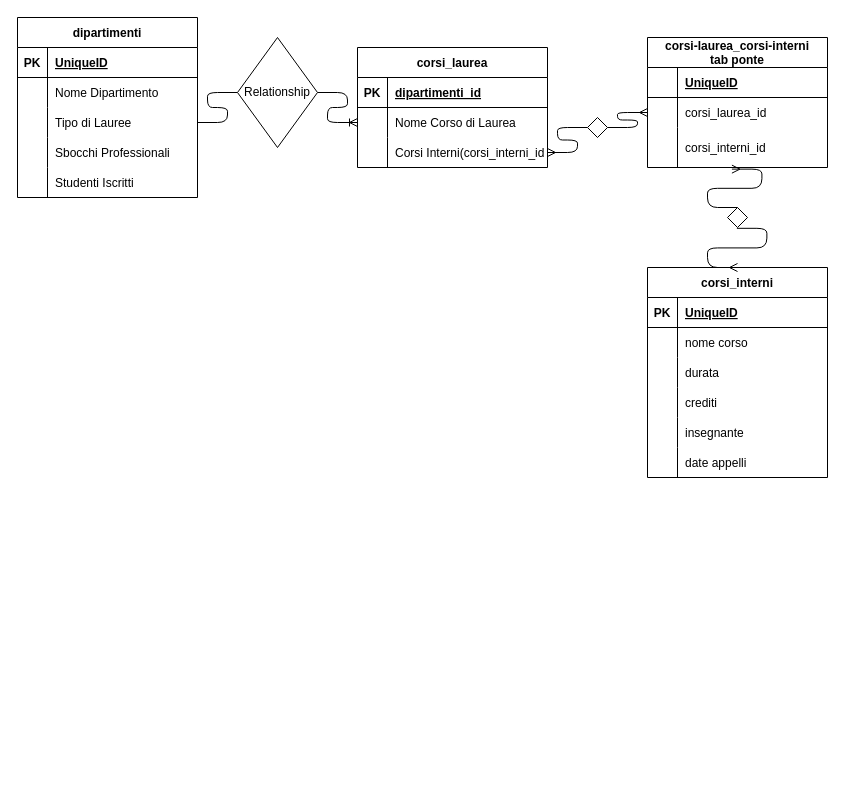
Before: universita.drawio in nmorrone/db-university, a draw.io diagram. Source tidied: cells renumbered, new cells numbered last; positions are measured from the earlier drawing's top-left corner, leaving out a move shared by most shapes. Both pictures are drawn from the tidied source at 100%, with x=0, y=0 at pixel (17, 17).
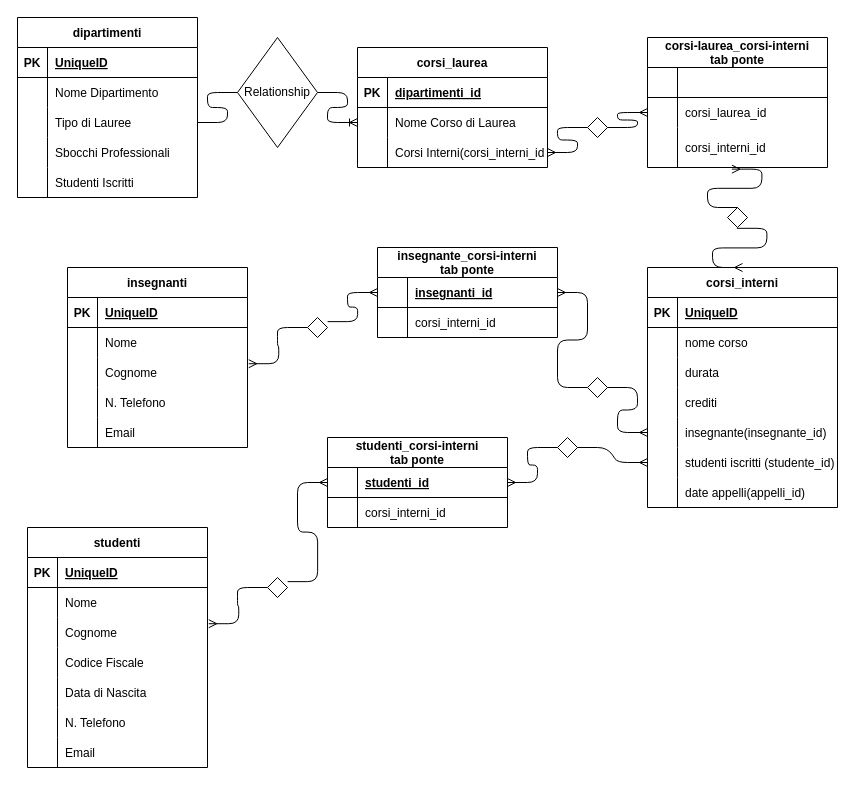
After the change.

The change refers to these unchanged cells:
```xml
<mxCell id="33" style="shape=tableRow;horizontal=0;startSize=0;swimlaneHead=0;swimlaneBody=0;fillColor=none;top=0;left=0;right=0;bottom=1;" parent="32" vertex="1">
  <mxGeometry y="30" width="180" height="30" as="geometry" />
</mxCell>
```

What changed in the source:
```diff
@@
-    <mxCell id="35" value="UniqueID" style="shape=partialRectangle;fillColor=none;top=0;left=0;bottom=0;right=0;align=left;spacingLeft=6;fontStyle=5;overflow=hidden;" parent="33" vertex="1">
+    <mxCell id="35" style="shape=partialRectangle;fillColor=none;top=0;left=0;bottom=0;right=0;align=left;spacingLeft=6;fontStyle=5;overflow=hidden;" parent="33" vertex="1">
       <mxGeometry x="30" width="150" height="30" as="geometry" />
     </mxCell>
@@
     <mxCell id="44" value="corsi_interni" style="shape=table;startSize=30;childLayout=tableLayout;rowLines=0;fontStyle=1;align=center;" parent="1" vertex="1">
-      <mxGeometry x="630" y="250" width="180" height="210" as="geometry" />
+      <mxGeometry x="630" y="250" width="190" height="240" as="geometry" />
     </mxCell>
     <mxCell id="45" style="shape=tableRow;horizontal=0;startSize=0;swimlaneHead=0;swimlaneBody=0;fillColor=none;top=0;left=0;right=0;bottom=1;" parent="44" vertex="1">
-      <mxGeometry y="30" width="180" height="30" as="geometry" />
+      <mxGeometry y="30" width="190" height="30" as="geometry" />
     </mxCell>
@@
     <mxCell id="47" value="UniqueID" style="shape=partialRectangle;fillColor=none;top=0;left=0;bottom=0;right=0;align=left;spacingLeft=6;fontStyle=5;overflow=hidden;" parent="45" vertex="1">
-      <mxGeometry x="30" width="150" height="30" as="geometry" />
+      <mxGeometry x="30" width="160" height="30" as="geometry" />
     </mxCell>
     <mxCell id="48" style="shape=tableRow;horizontal=0;startSize=0;swimlaneHead=0;swimlaneBody=0;fillColor=none;top=0;left=0;right=0;bottom=0;" parent="44" vertex="1">
-      <mxGeometry y="60" width="180" height="30" as="geometry" />
+      <mxGeometry y="60" width="190" height="30" as="geometry" />
     </mxCell>
@@
     <mxCell id="50" value="nome corso" style="shape=partialRectangle;fillColor=none;top=0;left=0;bottom=0;right=0;align=left;spacingLeft=6;overflow=hidden;" parent="48" vertex="1">
-      <mxGeometry x="30" width="150" height="30" as="geometry" />
+      <mxGeometry x="30" width="160" height="30" as="geometry" />
     </mxCell>
     <mxCell id="51" style="shape=tableRow;horizontal=0;startSize=0;swimlaneHead=0;swimlaneBody=0;fillColor=none;top=0;left=0;right=0;bottom=0;" parent="44" vertex="1">
-      <mxGeometry y="90" width="180" height="30" as="geometry" />
+      <mxGeometry y="90" width="190" height="30" as="geometry" />
     </mxCell>
@@
     <mxCell id="53" value="durata" style="shape=partialRectangle;fillColor=none;top=0;left=0;bottom=0;right=0;align=left;spacingLeft=6;overflow=hidden;" parent="51" vertex="1">
-      <mxGeometry x="30" width="150" height="30" as="geometry" />
+      <mxGeometry x="30" width="160" height="30" as="geometry" />
     </mxCell>
     <mxCell id="54" style="shape=tableRow;horizontal=0;startSize=0;swimlaneHead=0;swimlaneBody=0;fillColor=none;top=0;left=0;right=0;bottom=0;" parent="44" vertex="1">
-      <mxGeometry y="120" width="180" height="30" as="geometry" />
+      <mxGeometry y="120" width="190" height="30" as="geometry" />
     </mxCell>
@@
     <mxCell id="56" value="crediti " style="shape=partialRectangle;fillColor=none;top=0;left=0;bottom=0;right=0;align=left;spacingLeft=6;overflow=hidden;" parent="54" vertex="1">
-      <mxGeometry x="30" width="150" height="30" as="geometry" />
+      <mxGeometry x="30" width="160" height="30" as="geometry" />
     </mxCell>
     <mxCell id="57" style="shape=tableRow;horizontal=0;startSize=0;swimlaneHead=0;swimlaneBody=0;fillColor=none;points=[[0,0.5],[1,0.5]];portConstraint=eastwest;top=0;left=0;right=0;bottom=0;" parent="44" vertex="1">
-      <mxGeometry y="150" width="180" height="30" as="geometry" />
+      <mxGeometry y="150" width="190" height="30" as="geometry" />
     </mxCell>
@@
-    <mxCell id="59" value="insegnante" style="shape=partialRectangle;fillColor=none;top=0;left=0;bottom=0;right=0;align=left;spacingLeft=6;overflow=hidden;" parent="57" vertex="1">
-      <mxGeometry x="30" width="150" height="30" as="geometry" />
+    <mxCell id="59" value="insegnante(insegnante_id)" style="shape=partialRectangle;fillColor=none;top=0;left=0;bottom=0;right=0;align=left;spacingLeft=6;overflow=hidden;" parent="57" vertex="1">
+      <mxGeometry x="30" width="160" height="30" as="geometry" />
     </mxCell>
+    <mxCell id="66" style="shape=tableRow;horizontal=0;startSize=0;swimlaneHead=0;swimlaneBody=0;fillColor=none;points=[[0,0.5],[1,0.5]];portConstraint=eastwest;top=0;left=0;right=0;bottom=0;" parent="44" vertex="1">
+      <mxGeometry y="180" width="190" height="30" as="geometry" />
+    </mxCell>
+    <mxCell id="67" style="shape=partialRectangle;fillColor=none;top=0;left=0;bottom=0;right=0;overflow=hidden;" parent="66" vertex="1">
+      <mxGeometry width="30" height="30" as="geometry" />
+    </mxCell>
+    <mxCell id="68" value="studenti iscritti (studente_id)" style="shape=partialRectangle;fillColor=none;top=0;left=0;bottom=0;right=0;align=left;spacingLeft=6;overflow=hidden;" parent="66" vertex="1">
+      <mxGeometry x="30" width="160" height="30" as="geometry" />
+    </mxCell>
     <mxCell id="60" style="shape=tableRow;horizontal=0;startSize=0;swimlaneHead=0;swimlaneBody=0;fillColor=none;top=0;left=0;right=0;bottom=0;" parent="44" vertex="1">
-      <mxGeometry y="180" width="180" height="30" as="geometry" />
+      <mxGeometry y="210" width="190" height="30" as="geometry" />
     </mxCell>
@@
-    <mxCell id="62" value="date appelli" style="shape=partialRectangle;fillColor=none;top=0;left=0;bottom=0;right=0;align=left;spacingLeft=6;overflow=hidden;" parent="60" vertex="1">
-      <mxGeometry x="30" width="150" height="30" as="geometry" />
+    <mxCell id="62" value="date appelli(appelli_id)" style="shape=partialRectangle;fillColor=none;top=0;left=0;bottom=0;right=0;align=left;spacingLeft=6;overflow=hidden;" parent="60" vertex="1">
+      <mxGeometry x="30" width="160" height="30" as="geometry" />
     </mxCell>
@@
+    <mxCell id="69" value="insegnante_corsi-interni&#10;tab ponte" style="shape=table;startSize=30;childLayout=tableLayout;rowLines=0;fontStyle=1;align=center;" parent="1" vertex="1">
+      <mxGeometry x="360" y="230" width="180" height="90" as="geometry" />
+    </mxCell>
+    <mxCell id="70" style="shape=tableRow;horizontal=0;startSize=0;swimlaneHead=0;swimlaneBody=0;fillColor=none;points=[[0,0.5],[1,0.5]];portConstraint=eastwest;top=0;left=0;right=0;bottom=1;" parent="69" vertex="1">
+      <mxGeometry y="30" width="180" height="30" as="geometry" />
+    </mxCell>
+    <mxCell id="71" style="shape=partialRectangle;fillColor=none;top=0;left=0;bottom=0;right=0;fontStyle=1;overflow=hidden;" parent="70" vertex="1">
+      <mxGeometry width="30" height="30" as="geometry" />
+    </mxCell>
+    <mxCell id="72" value="insegnanti_id" style="shape=partialRectangle;fillColor=none;top=0;left=0;bottom=0;right=0;align=left;spacingLeft=6;fontStyle=5;overflow=hidden;" parent="70" vertex="1">
+      <mxGeometry x="30" width="150" height="30" as="geometry" />
+    </mxCell>
+    <mxCell id="73" style="shape=tableRow;horizontal=0;startSize=0;swimlaneHead=0;swimlaneBody=0;fillColor=none;top=0;left=0;right=0;bottom=0;" parent="69" vertex="1">
+      <mxGeometry y="60" width="180" height="30" as="geometry" />
+    </mxCell>
+    <mxCell id="74" style="shape=partialRectangle;fillColor=none;top=0;left=0;bottom=0;right=0;overflow=hidden;" parent="73" vertex="1">
+      <mxGeometry width="30" height="30" as="geometry" />
+    </mxCell>
+    <mxCell id="75" value="corsi_interni_id" style="shape=partialRectangle;fillColor=none;top=0;left=0;bottom=0;right=0;align=left;spacingLeft=6;overflow=hidden;" parent="73" vertex="1">
+      <mxGeometry x="30" width="150" height="30" as="geometry" />
+    </mxCell>
+    <mxCell id="76" style="edgeStyle=entityRelationEdgeStyle;fontSize=12;html=1;endArrow=ERmany;startArrow=none;exitX=1;exitY=0.5;exitDx=0;exitDy=0;" parent="1" edge="1" source="78" target="57">
+      <mxGeometry relative="1" as="geometry" />
+    </mxCell>
+    <mxCell id="77" style="edgeStyle=entityRelationEdgeStyle;fontSize=12;html=1;endArrow=none;startArrow=ERmany;exitX=1;exitY=0.5;exitDx=0;exitDy=0;" parent="1" edge="1" source="70" target="78">
+      <mxGeometry relative="1" as="geometry" />
+    </mxCell>
+    <mxCell id="78" style="shape=rhombus;perimeter=rhombusPerimeter;whiteSpace=wrap;html=1;align=center;" parent="1" vertex="1">
+      <mxGeometry x="570" y="360" width="20" height="20" as="geometry" />
+    </mxCell>
+    <mxCell id="79" value="insegnanti" style="shape=table;startSize=30;childLayout=tableLayout;rowLines=0;fontStyle=1;align=center;" parent="1" vertex="1">
+      <mxGeometry x="50" y="250" width="180" height="180" as="geometry" />
+    </mxCell>
+    <mxCell id="80" style="shape=tableRow;horizontal=0;startSize=0;swimlaneHead=0;swimlaneBody=0;fillColor=none;top=0;left=0;right=0;bottom=1;" parent="79" vertex="1">
+      <mxGeometry y="30" width="180" height="30" as="geometry" />
+    </mxCell>
+    <mxCell id="81" value="PK" style="shape=partialRectangle;fillColor=none;top=0;left=0;bottom=0;right=0;fontStyle=1;overflow=hidden;" parent="80" vertex="1">
+      <mxGeometry width="30" height="30" as="geometry" />
+    </mxCell>
+    <mxCell id="82" value="UniqueID" style="shape=partialRectangle;fillColor=none;top=0;left=0;bottom=0;right=0;align=left;spacingLeft=6;fontStyle=5;overflow=hidden;" parent="80" vertex="1">
+      <mxGeometry x="30" width="150" height="30" as="geometry" />
+    </mxCell>
+    <mxCell id="83" style="shape=tableRow;horizontal=0;startSize=0;swimlaneHead=0;swimlaneBody=0;fillColor=none;top=0;left=0;right=0;bottom=0;" parent="79" vertex="1">
+      <mxGeometry y="60" width="180" height="30" as="geometry" />
+    </mxCell>
+    <mxCell id="84" style="shape=partialRectangle;fillColor=none;top=0;left=0;bottom=0;right=0;overflow=hidden;" parent="83" vertex="1">
+      <mxGeometry width="30" height="30" as="geometry" />
+    </mxCell>
+    <mxCell id="85" value="Nome" style="shape=partialRectangle;fillColor=none;top=0;left=0;bottom=0;right=0;align=left;spacingLeft=6;overflow=hidden;" parent="83" vertex="1">
+      <mxGeometry x="30" width="150" height="30" as="geometry" />
+    </mxCell>
+    <mxCell id="86" style="shape=tableRow;horizontal=0;startSize=0;swimlaneHead=0;swimlaneBody=0;fillColor=none;points=[[0,0.5],[1,0.5]];portConstraint=eastwest;top=0;left=0;right=0;bottom=0;" parent="79" vertex="1">
+      <mxGeometry y="90" width="180" height="30" as="geometry" />
+    </mxCell>
+    <mxCell id="87" style="shape=partialRectangle;fillColor=none;top=0;left=0;bottom=0;right=0;overflow=hidden;" parent="86" vertex="1">
+      <mxGeometry width="30" height="30" as="geometry" />
+    </mxCell>
+    <mxCell id="88" value="Cognome" style="shape=partialRectangle;fillColor=none;top=0;left=0;bottom=0;right=0;align=left;spacingLeft=6;overflow=hidden;" parent="86" vertex="1">
+      <mxGeometry x="30" width="150" height="30" as="geometry" />
+    </mxCell>
+    <mxCell id="89" style="shape=tableRow;horizontal=0;startSize=0;swimlaneHead=0;swimlaneBody=0;fillColor=none;top=0;left=0;right=0;bottom=0;" parent="79" vertex="1">
+      <mxGeometry y="120" width="180" height="30" as="geometry" />
+    </mxCell>
+    <mxCell id="90" style="shape=partialRectangle;fillColor=none;top=0;left=0;bottom=0;right=0;overflow=hidden;" parent="89" vertex="1">
+      <mxGeometry width="30" height="30" as="geometry" />
+    </mxCell>
+    <mxCell id="91" value="N. Telefono" style="shape=partialRectangle;fillColor=none;top=0;left=0;bottom=0;right=0;align=left;spacingLeft=6;overflow=hidden;" parent="89" vertex="1">
+      <mxGeometry x="30" width="150" height="30" as="geometry" />
+    </mxCell>
+    <mxCell id="92" style="shape=tableRow;horizontal=0;startSize=0;swimlaneHead=0;swimlaneBody=0;fillColor=none;top=0;left=0;right=0;bottom=0;" parent="79" vertex="1">
+      <mxGeometry y="150" width="180" height="30" as="geometry" />
+    </mxCell>
+    <mxCell id="93" style="shape=partialRectangle;fillColor=none;top=0;left=0;bottom=0;right=0;overflow=hidden;" parent="92" vertex="1">
+      <mxGeometry width="30" height="30" as="geometry" />
+    </mxCell>
+    <mxCell id="94" value="Email" style="shape=partialRectangle;fillColor=none;top=0;left=0;bottom=0;right=0;align=left;spacingLeft=6;overflow=hidden;" parent="92" vertex="1">
+      <mxGeometry x="30" width="150" height="30" as="geometry" />
+    </mxCell>
+    <mxCell id="95" style="edgeStyle=entityRelationEdgeStyle;fontSize=12;html=1;endArrow=ERmany;startArrow=none;exitX=1.007;exitY=0.207;exitDx=0;exitDy=0;exitPerimeter=0;" parent="1" edge="1" source="97" target="70">
+      <mxGeometry relative="1" as="geometry" />
+    </mxCell>
+    <mxCell id="96" style="edgeStyle=entityRelationEdgeStyle;fontSize=12;html=1;endArrow=none;startArrow=ERmany;exitX=1.007;exitY=0.207;exitDx=0;exitDy=0;exitPerimeter=0;" parent="1" edge="1" source="86" target="97">
+      <mxGeometry relative="1" as="geometry" />
+    </mxCell>
+    <mxCell id="97" style="shape=rhombus;perimeter=rhombusPerimeter;whiteSpace=wrap;html=1;align=center;" parent="1" vertex="1">
+      <mxGeometry x="290" y="300" width="20" height="20" as="geometry" />
+    </mxCell>
+    <mxCell id="98" value="studenti_corsi-interni&#10;tab ponte" style="shape=table;startSize=30;childLayout=tableLayout;rowLines=0;fontStyle=1;align=center;" parent="1" vertex="1">
+      <mxGeometry x="310" y="420" width="180" height="90" as="geometry" />
+    </mxCell>
+    <mxCell id="99" style="shape=tableRow;horizontal=0;startSize=0;swimlaneHead=0;swimlaneBody=0;fillColor=none;points=[[0,0.5],[1,0.5]];portConstraint=eastwest;top=0;left=0;right=0;bottom=1;" parent="98" vertex="1">
+      <mxGeometry y="30" width="180" height="30" as="geometry" />
+    </mxCell>
+    <mxCell id="100" style="shape=partialRectangle;fillColor=none;top=0;left=0;bottom=0;right=0;fontStyle=1;overflow=hidden;" parent="99" vertex="1">
+      <mxGeometry width="30" height="30" as="geometry" />
+    </mxCell>
+    <mxCell id="101" value="studenti_id" style="shape=partialRectangle;fillColor=none;top=0;left=0;bottom=0;right=0;align=left;spacingLeft=6;fontStyle=5;overflow=hidden;" parent="99" vertex="1">
+      <mxGeometry x="30" width="150" height="30" as="geometry" />
+    </mxCell>
+    <mxCell id="102" style="shape=tableRow;horizontal=0;startSize=0;swimlaneHead=0;swimlaneBody=0;fillColor=none;top=0;left=0;right=0;bottom=0;" parent="98" vertex="1">
+      <mxGeometry y="60" width="180" height="30" as="geometry" />
+    </mxCell>
+    <mxCell id="103" style="shape=partialRectangle;fillColor=none;top=0;left=0;bottom=0;right=0;overflow=hidden;" parent="102" vertex="1">
+      <mxGeometry width="30" height="30" as="geometry" />
+    </mxCell>
+    <mxCell id="104" value="corsi_interni_id" style="shape=partialRectangle;fillColor=none;top=0;left=0;bottom=0;right=0;align=left;spacingLeft=6;overflow=hidden;" parent="102" vertex="1">
+      <mxGeometry x="30" width="150" height="30" as="geometry" />
+    </mxCell>
+    <mxCell id="105" style="edgeStyle=entityRelationEdgeStyle;fontSize=12;html=1;endArrow=none;startArrow=ERmany;exitX=1;exitY=0.5;exitDx=0;exitDy=0;" parent="1" edge="1" source="99" target="106">
+      <mxGeometry relative="1" as="geometry" />
+    </mxCell>
+    <mxCell id="106" style="shape=rhombus;perimeter=rhombusPerimeter;whiteSpace=wrap;html=1;align=center;" parent="1" vertex="1">
+      <mxGeometry x="540" y="420" width="20" height="20" as="geometry" />
+    </mxCell>
+    <mxCell id="107" value="studenti" style="shape=table;startSize=30;childLayout=tableLayout;rowLines=0;fontStyle=1;align=center;" parent="1" vertex="1">
+      <mxGeometry x="10" y="510" width="180" height="240" as="geometry" />
+    </mxCell>
+    <mxCell id="108" style="shape=tableRow;horizontal=0;startSize=0;swimlaneHead=0;swimlaneBody=0;fillColor=none;top=0;left=0;right=0;bottom=1;" parent="107" vertex="1">
+      <mxGeometry y="30" width="180" height="30" as="geometry" />
+    </mxCell>
+    <mxCell id="109" value="PK" style="shape=partialRectangle;fillColor=none;top=0;left=0;bottom=0;right=0;fontStyle=1;overflow=hidden;" parent="108" vertex="1">
+      <mxGeometry width="30" height="30" as="geometry" />
+    </mxCell>
+    <mxCell id="110" value="UniqueID" style="shape=partialRectangle;fillColor=none;top=0;left=0;bottom=0;right=0;align=left;spacingLeft=6;fontStyle=5;overflow=hidden;" parent="108" vertex="1">
+      <mxGeometry x="30" width="150" height="30" as="geometry" />
+    </mxCell>
+    <mxCell id="111" style="shape=tableRow;horizontal=0;startSize=0;swimlaneHead=0;swimlaneBody=0;fillColor=none;top=0;left=0;right=0;bottom=0;" parent="107" vertex="1">
+      <mxGeometry y="60" width="180" height="30" as="geometry" />
+    </mxCell>
+    <mxCell id="112" style="shape=partialRectangle;fillColor=none;top=0;left=0;bottom=0;right=0;overflow=hidden;" parent="111" vertex="1">
+      <mxGeometry width="30" height="30" as="geometry" />
+    </mxCell>
+    <mxCell id="113" value="Nome" style="shape=partialRectangle;fillColor=none;top=0;left=0;bottom=0;right=0;align=left;spacingLeft=6;overflow=hidden;" parent="111" vertex="1">
+      <mxGeometry x="30" width="150" height="30" as="geometry" />
+    </mxCell>
+    <mxCell id="114" style="shape=tableRow;horizontal=0;startSize=0;swimlaneHead=0;swimlaneBody=0;fillColor=none;points=[[0,0.5],[1,0.5]];portConstraint=eastwest;top=0;left=0;right=0;bottom=0;" parent="107" vertex="1">
+      <mxGeometry y="90" width="180" height="30" as="geometry" />
+    </mxCell>
+    <mxCell id="115" style="shape=partialRectangle;fillColor=none;top=0;left=0;bottom=0;right=0;overflow=hidden;" parent="114" vertex="1">
+      <mxGeometry width="30" height="30" as="geometry" />
+    </mxCell>
+    <mxCell id="116" value="Cognome" style="shape=partialRectangle;fillColor=none;top=0;left=0;bottom=0;right=0;align=left;spacingLeft=6;overflow=hidden;" parent="114" vertex="1">
+      <mxGeometry x="30" width="150" height="30" as="geometry" />
+    </mxCell>
+    <mxCell id="117" style="shape=tableRow;horizontal=0;startSize=0;swimlaneHead=0;swimlaneBody=0;fillColor=none;top=0;left=0;right=0;bottom=0;" parent="107" vertex="1">
+      <mxGeometry y="120" width="180" height="30" as="geometry" />
+    </mxCell>
+    <mxCell id="118" style="shape=partialRectangle;fillColor=none;top=0;left=0;bottom=0;right=0;overflow=hidden;" parent="117" vertex="1">
+      <mxGeometry width="30" height="30" as="geometry" />
+    </mxCell>
+    <mxCell id="119" value="Codice Fiscale" style="shape=partialRectangle;fillColor=none;top=0;left=0;bottom=0;right=0;align=left;spacingLeft=6;overflow=hidden;" parent="117" vertex="1">
+      <mxGeometry x="30" width="150" height="30" as="geometry" />
+    </mxCell>
+    <mxCell id="120" style="shape=tableRow;horizontal=0;startSize=0;swimlaneHead=0;swimlaneBody=0;fillColor=none;top=0;left=0;right=0;bottom=0;" parent="107" vertex="1">
+      <mxGeometry y="150" width="180" height="30" as="geometry" />
+    </mxCell>
+    <mxCell id="121" style="shape=partialRectangle;fillColor=none;top=0;left=0;bottom=0;right=0;overflow=hidden;" parent="120" vertex="1">
+      <mxGeometry width="30" height="30" as="geometry" />
+    </mxCell>
+    <mxCell id="122" value="Data di Nascita" style="shape=partialRectangle;fillColor=none;top=0;left=0;bottom=0;right=0;align=left;spacingLeft=6;overflow=hidden;" parent="120" vertex="1">
+      <mxGeometry x="30" width="150" height="30" as="geometry" />
+    </mxCell>
+    <mxCell id="123" style="shape=tableRow;horizontal=0;startSize=0;swimlaneHead=0;swimlaneBody=0;fillColor=none;top=0;left=0;right=0;bottom=0;" parent="107" vertex="1">
+      <mxGeometry y="180" width="180" height="30" as="geometry" />
+    </mxCell>
+    <mxCell id="124" style="shape=partialRectangle;fillColor=none;top=0;left=0;bottom=0;right=0;overflow=hidden;" parent="123" vertex="1">
+      <mxGeometry width="30" height="30" as="geometry" />
+    </mxCell>
+    <mxCell id="125" value="N. Telefono" style="shape=partialRectangle;fillColor=none;top=0;left=0;bottom=0;right=0;align=left;spacingLeft=6;overflow=hidden;" parent="123" vertex="1">
+      <mxGeometry x="30" width="150" height="30" as="geometry" />
+    </mxCell>
+    <mxCell id="126" style="shape=tableRow;horizontal=0;startSize=0;swimlaneHead=0;swimlaneBody=0;fillColor=none;top=0;left=0;right=0;bottom=0;" parent="107" vertex="1">
+      <mxGeometry y="210" width="180" height="30" as="geometry" />
+    </mxCell>
+    <mxCell id="127" style="shape=partialRectangle;fillColor=none;top=0;left=0;bottom=0;right=0;overflow=hidden;" parent="126" vertex="1">
+      <mxGeometry width="30" height="30" as="geometry" />
+    </mxCell>
+    <mxCell id="128" value="Email" style="shape=partialRectangle;fillColor=none;top=0;left=0;bottom=0;right=0;align=left;spacingLeft=6;overflow=hidden;" parent="126" vertex="1">
+      <mxGeometry x="30" width="150" height="30" as="geometry" />
+    </mxCell>
+    <mxCell id="129" style="edgeStyle=entityRelationEdgeStyle;fontSize=12;html=1;endArrow=ERmany;startArrow=none;exitX=1.007;exitY=0.207;exitDx=0;exitDy=0;exitPerimeter=0;" parent="1" edge="1" source="131" target="99">
+      <mxGeometry relative="1" as="geometry" />
+    </mxCell>
+    <mxCell id="130" style="edgeStyle=entityRelationEdgeStyle;fontSize=12;html=1;endArrow=none;startArrow=ERmany;exitX=1.007;exitY=0.207;exitDx=0;exitDy=0;exitPerimeter=0;" parent="1" edge="1" source="114" target="131">
+      <mxGeometry relative="1" as="geometry" />
+    </mxCell>
+    <mxCell id="131" style="shape=rhombus;perimeter=rhombusPerimeter;whiteSpace=wrap;html=1;align=center;" parent="1" vertex="1">
+      <mxGeometry x="250" y="560" width="20" height="20" as="geometry" />
+    </mxCell>
+    <mxCell id="132" style="edgeStyle=entityRelationEdgeStyle;fontSize=12;html=1;endArrow=ERmany;startArrow=none;exitX=1;exitY=0.5;exitDx=0;exitDy=0;" parent="1" edge="1" source="106" target="66">
+      <mxGeometry relative="1" as="geometry" />
+    </mxCell>
```
